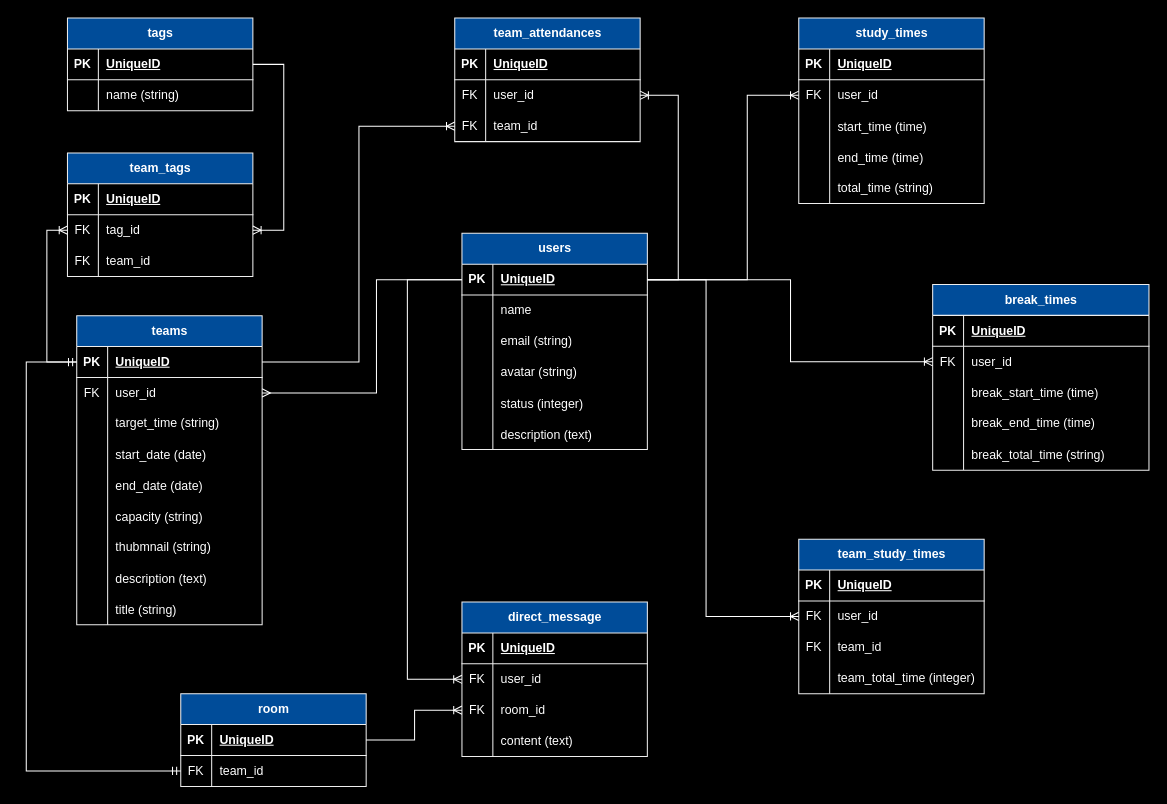
The draw.io diagram 名称未設定ファイル.drawio in nanamitoshimasu/studying_mate, before the edit. Source tidied: cells renumbered, new cells numbered last; positions are measured from the earlier drawing's top-left corner, leaving out a move shared by most shapes. Both pictures are drawn from the tidied source at 103%, with x=0, y=0 at pixel (26, 18).
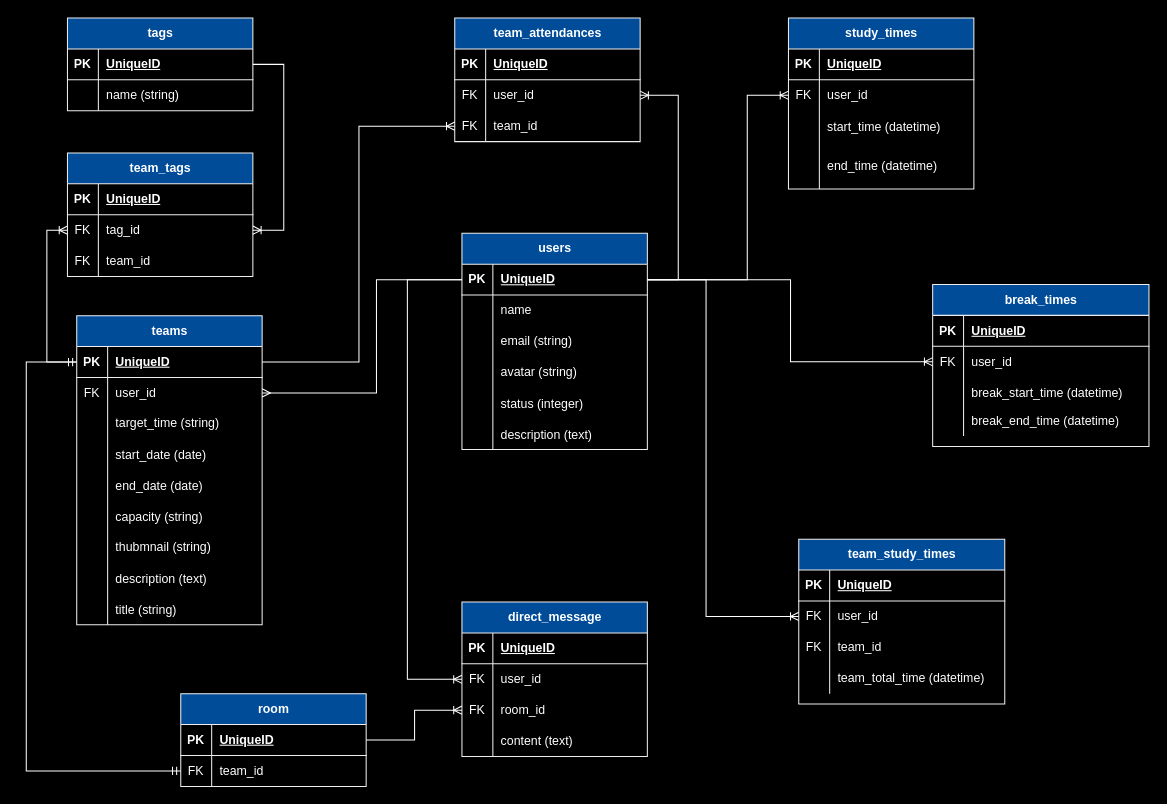
After the change.

Commit message:
名称未設定ファイル.drawio を更新します

The change refers to these unchanged cells:
```xml
<mxCell id="9" style="shape=tableRow;horizontal=0;startSize=0;swimlaneHead=0;swimlaneBody=0;fillColor=none;top=0;left=0;right=0;bottom=0;strokeColor=#EEEEEE;fontColor=#FFFFFF;" parent="2" vertex="1">
  <mxGeometry y="90" width="180" height="30" as="geometry" />
</mxCell>
<mxCell id="132" style="shape=tableRow;horizontal=0;startSize=0;swimlaneHead=0;swimlaneBody=0;fillColor=none;top=0;left=0;right=0;bottom=0;rounded=1;labelBackgroundColor=none;strokeColor=#EEEEEE;fontColor=#FFFFFF;" parent="125" vertex="1">
  <mxGeometry y="90" width="210" height="30" as="geometry" />
</mxCell>
```

The edit, as a diff of the source:
```diff
@@
     <mxCell id="2" value="study_times" style="shape=table;startSize=30;childLayout=tableLayout;rowLines=0;fontStyle=1;align=center;html=1;rounded=0;labelBackgroundColor=none;fillColor=#004C99;strokeColor=#EEEEEE;fontColor=#FFFFFF;" parent="1" vertex="1">
-      <mxGeometry x="750" width="180" height="180" as="geometry" />
+      <mxGeometry x="740" width="180" height="166" as="geometry" />
     </mxCell>
@@
-    <mxCell id="11" value="start_time (time)" style="shape=partialRectangle;fillColor=none;top=0;left=0;bottom=0;right=0;align=left;spacingLeft=6;overflow=hidden;strokeColor=#EEEEEE;fontColor=#FFFFFF;" parent="9" vertex="1">
+    <mxCell id="11" value="start_time (datetime)" style="shape=partialRectangle;fillColor=none;top=0;left=0;bottom=0;right=0;align=left;spacingLeft=6;overflow=hidden;strokeColor=#EEEEEE;fontColor=#FFFFFF;" parent="9" vertex="1">
       <mxGeometry x="30" width="150" height="30" as="geometry" />
     </mxCell>
     <mxCell id="12" style="shape=tableRow;horizontal=0;startSize=0;swimlaneHead=0;swimlaneBody=0;fillColor=none;top=0;left=0;right=0;bottom=0;strokeColor=#EEEEEE;fontColor=#FFFFFF;" parent="2" vertex="1">
-      <mxGeometry y="120" width="180" height="30" as="geometry" />
+      <mxGeometry y="120" width="180" height="46" as="geometry" />
     </mxCell>
     <mxCell id="13" style="shape=partialRectangle;fillColor=none;top=0;left=0;bottom=0;right=0;overflow=hidden;strokeColor=#EEEEEE;fontColor=#FFFFFF;" parent="12" vertex="1">
-      <mxGeometry width="30" height="30" as="geometry" />
+      <mxGeometry width="30" height="46" as="geometry" />
     </mxCell>
-    <mxCell id="14" value="end_time (time)" style="shape=partialRectangle;fillColor=none;top=0;left=0;bottom=0;right=0;align=left;spacingLeft=6;overflow=hidden;strokeColor=#EEEEEE;fontColor=#FFFFFF;" parent="12" vertex="1">
-      <mxGeometry x="30" width="150" height="30" as="geometry" />
+    <mxCell id="14" value="end_time (datetime)" style="shape=partialRectangle;fillColor=none;top=0;left=0;bottom=0;right=0;align=left;spacingLeft=6;overflow=hidden;strokeColor=#EEEEEE;fontColor=#FFFFFF;" parent="12" vertex="1">
+      <mxGeometry x="30" width="150" height="46" as="geometry" />
     </mxCell>
-    <mxCell id="15" style="shape=tableRow;horizontal=0;startSize=0;swimlaneHead=0;swimlaneBody=0;fillColor=none;top=0;left=0;right=0;bottom=0;rounded=1;labelBackgroundColor=none;strokeColor=#EEEEEE;fontColor=#FFFFFF;" parent="2" vertex="1">
-      <mxGeometry y="150" width="180" height="30" as="geometry" />
-    </mxCell>
-    <mxCell id="16" style="shape=partialRectangle;fillColor=none;top=0;left=0;bottom=0;right=0;overflow=hidden;whiteSpace=wrap;html=1;rounded=1;labelBackgroundColor=none;strokeColor=#EEEEEE;fontColor=#FFFFFF;" parent="15" vertex="1">
-      <mxGeometry width="30" height="30" as="geometry" />
-    </mxCell>
-    <mxCell id="17" value="total_time (string)" style="shape=partialRectangle;fillColor=none;top=0;left=0;bottom=0;right=0;align=left;spacingLeft=6;overflow=hidden;whiteSpace=wrap;html=1;rounded=1;labelBackgroundColor=none;strokeColor=#EEEEEE;fontColor=#FFFFFF;" parent="15" vertex="1">
-      <mxGeometry x="30" width="150" height="30" as="geometry" />
-    </mxCell>
@@
     <mxCell id="54" value="team_study_times" style="shape=table;startSize=30;childLayout=tableLayout;rowLines=0;fontStyle=1;align=center;html=1;rounded=0;labelBackgroundColor=none;fillColor=#004C99;strokeColor=#EEEEEE;fontColor=#FFFFFF;" parent="1" vertex="1">
-      <mxGeometry x="750" y="506" width="180" height="150" as="geometry" />
+      <mxGeometry x="750" y="506" width="200" height="160" as="geometry" />
     </mxCell>
     <mxCell id="55" style="shape=tableRow;horizontal=0;startSize=0;swimlaneHead=0;swimlaneBody=0;fillColor=none;top=0;left=0;right=0;bottom=1;rounded=1;labelBackgroundColor=none;strokeColor=#EEEEEE;fontColor=#FFFFFF;" parent="54" vertex="1">
-      <mxGeometry y="30" width="180" height="30" as="geometry" />
+      <mxGeometry y="30" width="200" height="30" as="geometry" />
     </mxCell>
@@
     <mxCell id="57" value="UniqueID" style="shape=partialRectangle;fillColor=none;top=0;left=0;bottom=0;right=0;align=left;spacingLeft=6;fontStyle=5;overflow=hidden;whiteSpace=wrap;html=1;rounded=1;labelBackgroundColor=none;strokeColor=#EEEEEE;fontColor=#FFFFFF;" parent="55" vertex="1">
-      <mxGeometry x="30" width="150" height="30" as="geometry" />
+      <mxGeometry x="30" width="170" height="30" as="geometry" />
     </mxCell>
     <mxCell id="58" style="shape=tableRow;horizontal=0;startSize=0;swimlaneHead=0;swimlaneBody=0;fillColor=none;points=[[0,0.5],[1,0.5]];portConstraint=eastwest;top=0;left=0;right=0;bottom=0;rounded=1;labelBackgroundColor=none;strokeColor=#EEEEEE;fontColor=#FFFFFF;" parent="54" vertex="1">
-      <mxGeometry y="60" width="180" height="30" as="geometry" />
+      <mxGeometry y="60" width="200" height="30" as="geometry" />
     </mxCell>
@@
     <mxCell id="60" value="user_id" style="shape=partialRectangle;fillColor=none;top=0;left=0;bottom=0;right=0;align=left;spacingLeft=6;overflow=hidden;whiteSpace=wrap;html=1;rounded=1;labelBackgroundColor=none;strokeColor=#EEEEEE;fontColor=#FFFFFF;" parent="58" vertex="1">
-      <mxGeometry x="30" width="150" height="30" as="geometry" />
+      <mxGeometry x="30" width="170" height="30" as="geometry" />
     </mxCell>
     <mxCell id="61" style="shape=tableRow;horizontal=0;startSize=0;swimlaneHead=0;swimlaneBody=0;fillColor=none;top=0;left=0;right=0;bottom=0;rounded=1;labelBackgroundColor=none;strokeColor=#EEEEEE;fontColor=#FFFFFF;" parent="54" vertex="1">
-      <mxGeometry y="90" width="180" height="30" as="geometry" />
+      <mxGeometry y="90" width="200" height="30" as="geometry" />
     </mxCell>
@@
     <mxCell id="63" value="team_id" style="shape=partialRectangle;fillColor=none;top=0;left=0;bottom=0;right=0;align=left;spacingLeft=6;overflow=hidden;whiteSpace=wrap;html=1;rounded=1;labelBackgroundColor=none;strokeColor=#EEEEEE;fontColor=#FFFFFF;" parent="61" vertex="1">
-      <mxGeometry x="30" width="150" height="30" as="geometry" />
+      <mxGeometry x="30" width="170" height="30" as="geometry" />
     </mxCell>
     <mxCell id="64" style="shape=tableRow;horizontal=0;startSize=0;swimlaneHead=0;swimlaneBody=0;fillColor=none;top=0;left=0;right=0;bottom=0;rounded=1;labelBackgroundColor=none;strokeColor=#EEEEEE;fontColor=#FFFFFF;" parent="54" vertex="1">
-      <mxGeometry y="120" width="180" height="30" as="geometry" />
+      <mxGeometry y="120" width="200" height="30" as="geometry" />
     </mxCell>
@@
-    <mxCell id="66" value="team_total_time (integer)" style="shape=partialRectangle;fillColor=none;top=0;left=0;bottom=0;right=0;align=left;spacingLeft=6;overflow=hidden;whiteSpace=wrap;html=1;rounded=1;labelBackgroundColor=none;strokeColor=#EEEEEE;fontColor=#FFFFFF;" parent="64" vertex="1">
-      <mxGeometry x="30" width="150" height="30" as="geometry" />
+    <mxCell id="66" value="team_total_time (datetime)" style="shape=partialRectangle;fillColor=none;top=0;left=0;bottom=0;right=0;align=left;spacingLeft=6;overflow=hidden;whiteSpace=wrap;html=1;rounded=1;labelBackgroundColor=none;strokeColor=#EEEEEE;fontColor=#FFFFFF;" parent="64" vertex="1">
+      <mxGeometry x="30" width="170" height="30" as="geometry" />
     </mxCell>
@@
     <mxCell id="125" value="break_times" style="shape=table;startSize=30;childLayout=tableLayout;rowLines=0;fontStyle=1;align=center;html=1;rounded=0;labelBackgroundColor=none;fillColor=#004C99;strokeColor=#EEEEEE;fontColor=#FFFFFF;swimlaneFillColor=none;" parent="1" vertex="1">
-      <mxGeometry x="880" y="258.7" width="210" height="180.3" as="geometry" />
+      <mxGeometry x="880" y="258.7" width="210" height="157.3" as="geometry" />
     </mxCell>
@@
-    <mxCell id="134" value="break_start_time (time)" style="shape=partialRectangle;fillColor=none;top=0;left=0;bottom=0;right=0;align=left;spacingLeft=6;overflow=hidden;whiteSpace=wrap;html=1;rounded=1;labelBackgroundColor=none;strokeColor=#EEEEEE;fontColor=#FFFFFF;" parent="132" vertex="1">
+    <mxCell id="134" value="break_start_time (datetime)" style="shape=partialRectangle;fillColor=none;top=0;left=0;bottom=0;right=0;align=left;spacingLeft=6;overflow=hidden;whiteSpace=wrap;html=1;rounded=1;labelBackgroundColor=none;strokeColor=#EEEEEE;fontColor=#FFFFFF;" parent="132" vertex="1">
       <mxGeometry x="30" width="180" height="30" as="geometry" />
     </mxCell>
     <mxCell id="135" style="shape=tableRow;horizontal=0;startSize=0;swimlaneHead=0;swimlaneBody=0;fillColor=none;top=0;left=0;right=0;bottom=0;rounded=1;labelBackgroundColor=none;strokeColor=#EEEEEE;fontColor=#FFFFFF;" parent="125" vertex="1">
-      <mxGeometry y="120" width="210" height="30" as="geometry" />
+      <mxGeometry y="120" width="210" height="27" as="geometry" />
     </mxCell>
     <mxCell id="136" style="shape=partialRectangle;fillColor=none;top=0;left=0;bottom=0;right=0;overflow=hidden;whiteSpace=wrap;html=1;rounded=1;labelBackgroundColor=none;strokeColor=#EEEEEE;fontColor=#FFFFFF;" parent="135" vertex="1">
-      <mxGeometry width="30" height="30" as="geometry" />
+      <mxGeometry width="30" height="27" as="geometry" />
     </mxCell>
-    <mxCell id="137" value="break_end_time (time)" style="shape=partialRectangle;fillColor=none;top=0;left=0;bottom=0;right=0;align=left;spacingLeft=6;overflow=hidden;whiteSpace=wrap;html=1;rounded=1;labelBackgroundColor=none;strokeColor=#EEEEEE;fontColor=#FFFFFF;" parent="135" vertex="1">
-      <mxGeometry x="30" width="180" height="30" as="geometry" />
+    <mxCell id="137" value="break_end_time (datetime)" style="shape=partialRectangle;fillColor=none;top=0;left=0;bottom=0;right=0;align=left;spacingLeft=6;overflow=hidden;whiteSpace=wrap;html=1;rounded=1;labelBackgroundColor=none;strokeColor=#EEEEEE;fontColor=#FFFFFF;" parent="135" vertex="1">
+      <mxGeometry x="30" width="180" height="27" as="geometry" />
     </mxCell>
-    <mxCell id="138" style="shape=tableRow;horizontal=0;startSize=0;swimlaneHead=0;swimlaneBody=0;fillColor=none;top=0;left=0;right=0;bottom=0;strokeColor=#EEEEEE;fontColor=#FFFFFF;" parent="125" vertex="1">
-      <mxGeometry y="150" width="210" height="30" as="geometry" />
-    </mxCell>
-    <mxCell id="139" style="shape=partialRectangle;fillColor=none;top=0;left=0;bottom=0;right=0;overflow=hidden;strokeColor=#EEEEEE;fontColor=#FFFFFF;" parent="138" vertex="1">
-      <mxGeometry width="30" height="30" as="geometry" />
-    </mxCell>
-    <mxCell id="140" value="break_total_time (string)" style="shape=partialRectangle;fillColor=none;top=0;left=0;bottom=0;right=0;align=left;spacingLeft=6;overflow=hidden;strokeColor=#EEEEEE;fontColor=#FFFFFF;" parent="138" vertex="1">
-      <mxGeometry x="30" width="180" height="30" as="geometry" />
-    </mxCell>
```
